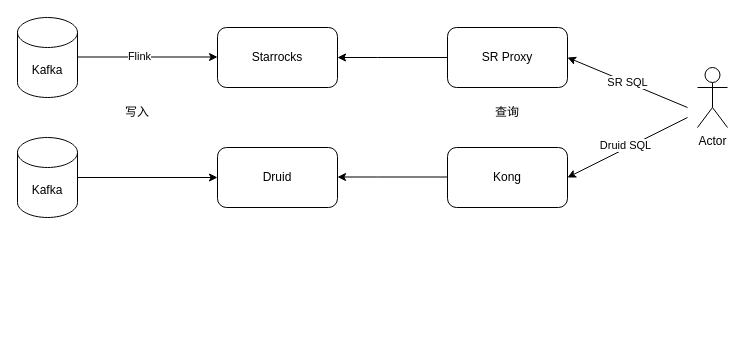
labud/pictures keeps this draw.io diagram as OLAP arch.drawio. Above is the earlier version. Source tidied: cells renumbered, new cells numbered last; positions are measured from the earlier drawing's top-left corner, leaving out a move shared by most shapes. Both pictures are drawn from the tidied source at 100%, with x=0, y=0 at pixel (17, 17).
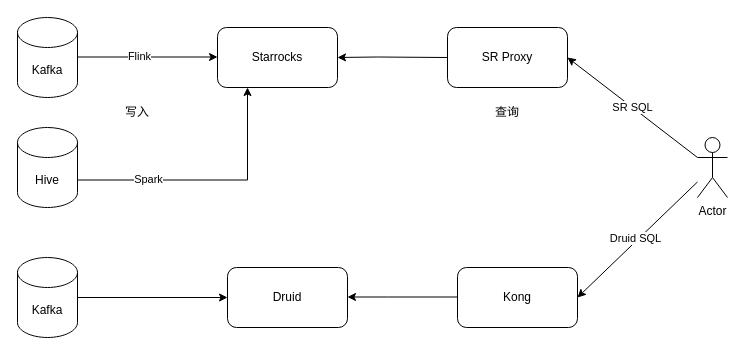
After the change.

The change refers to these unchanged cells:
```xml
<mxCell id="3" value="Starrocks" style="rounded=1;whiteSpace=wrap;html=1;" parent="1" vertex="1">
  <mxGeometry x="200" y="10" width="120" height="60" as="geometry" />
</mxCell>
<mxCell id="10" value="SR Proxy" style="rounded=1;whiteSpace=wrap;html=1;" parent="1" vertex="1">
  <mxGeometry x="430" y="10" width="120" height="60" as="geometry" />
</mxCell>
```

Diff of the diagram source:
```diff
@@
     <mxCell id="2" value="Druid" style="rounded=1;whiteSpace=wrap;html=1;" parent="1" vertex="1">
-      <mxGeometry x="200" y="130" width="120" height="60" as="geometry" />
+      <mxGeometry x="210" y="250" width="120" height="60" as="geometry" />
     </mxCell>
@@
     <mxCell id="5" value="Kafka" style="shape=cylinder3;whiteSpace=wrap;html=1;boundedLbl=1;backgroundOutline=1;size=15;" parent="1" vertex="1">
-      <mxGeometry y="120" width="60" height="80" as="geometry" />
+      <mxGeometry y="240" width="60" height="80" as="geometry" />
     </mxCell>
@@
     <mxCell id="9" value="Actor" style="shape=umlActor;verticalLabelPosition=bottom;verticalAlign=top;html=1;outlineConnect=0;" parent="1" vertex="1">
-      <mxGeometry x="680" y="50" width="30" height="60" as="geometry" />
+      <mxGeometry x="680" y="120" width="30" height="60" as="geometry" />
     </mxCell>
@@
     <mxCell id="11" value="Kong" style="rounded=1;whiteSpace=wrap;html=1;" parent="1" vertex="1">
-      <mxGeometry x="430" y="130" width="120" height="60" as="geometry" />
+      <mxGeometry x="440" y="250" width="120" height="60" as="geometry" />
     </mxCell>
-    <mxCell id="12" value="SR SQL" style="endArrow=classic;html=1;rounded=0;entryX=1;entryY=0.5;entryDx=0;entryDy=0;" parent="1" edge="1" target="10">
-      <mxGeometry relative="1" as="geometry">
-        <mxPoint x="670" y="90" as="sourcePoint" />
-      </mxGeometry>
+    <mxCell id="12" value="SR SQL" style="endArrow=classic;html=1;rounded=0;entryX=1;entryY=0.5;entryDx=0;entryDy=0;exitX=0;exitY=0.3333333333333333;exitDx=0;exitDy=0;exitPerimeter=0;" parent="1" edge="1" source="9" target="10">
+      <mxGeometry relative="1" as="geometry" />
     </mxCell>
-    <mxCell id="13" style="endArrow=classic;html=1;rounded=0;entryX=1;entryY=0.5;entryDx=0;entryDy=0;" parent="1" edge="1" target="11">
-      <mxGeometry relative="1" as="geometry">
-        <mxPoint x="670" y="100" as="sourcePoint" />
-      </mxGeometry>
+    <mxCell id="13" style="endArrow=classic;html=1;rounded=0;entryX=1;entryY=0.5;entryDx=0;entryDy=0;" parent="1" edge="1" source="9" target="11">
+      <mxGeometry relative="1" as="geometry" />
     </mxCell>
@@
-    <mxCell id="15" style="endArrow=classic;html=1;rounded=0;entryX=1;entryY=0.5;entryDx=0;entryDy=0;exitX=0;exitY=0.5;exitDx=0;exitDy=0;" parent="1" edge="1" source="10" target="3">
-      <mxGeometry relative="1" as="geometry">
-        <Array as="points">
-          <mxPoint x="360" y="40" />
-        </Array>
-      </mxGeometry>
-    </mxCell>
     <mxCell id="16" style="endArrow=classic;html=1;rounded=0;entryX=1;entryY=0.5;entryDx=0;entryDy=0;exitX=0;exitY=0.5;exitDx=0;exitDy=0;" parent="1" edge="1">
       <mxGeometry relative="1" as="geometry">
-        <mxPoint x="430" y="159.5" as="sourcePoint" />
-        <mxPoint x="320" y="159.5" as="targetPoint" />
+        <mxPoint x="440" y="279.5" as="sourcePoint" />
+        <mxPoint x="330" y="279.5" as="targetPoint" />
         <Array as="points">
-          <mxPoint x="360" y="159.5" />
+          <mxPoint x="370" y="279.5" />
         </Array>
       </mxGeometry>
     </mxCell>
@@
+    <mxCell id="15" style="endArrow=classic;html=1;rounded=0;entryX=1;entryY=0.5;entryDx=0;entryDy=0;exitX=0;exitY=0.5;exitDx=0;exitDy=0;" parent="1" edge="1" source="10" target="3">
+      <mxGeometry relative="1" as="geometry">
+        <Array as="points">
+          <mxPoint x="360" y="39.5" />
+        </Array>
+      </mxGeometry>
+    </mxCell>
+    <mxCell id="19" value="Hive" style="shape=cylinder3;whiteSpace=wrap;html=1;boundedLbl=1;backgroundOutline=1;size=15;" parent="1" vertex="1">
+      <mxGeometry y="110" width="60" height="80" as="geometry" />
+    </mxCell>
+    <mxCell id="20" style="edgeStyle=orthogonalEdgeStyle;rounded=0;jettySize=auto;html=1;exitX=1;exitY=0;exitDx=0;exitDy=52.5;exitPerimeter=0;entryX=0.25;entryY=1;entryDx=0;entryDy=0;" parent="1" edge="1" source="19" target="3">
+      <mxGeometry relative="1" as="geometry" />
+    </mxCell>
+    <mxCell id="21" value="Spark" style="edgeLabel;html=1;align=center;verticalAlign=middle;" parent="20" vertex="1">
+      <mxGeometry x="-0.13" y="2" relative="1" as="geometry">
+        <mxPoint x="-44" y="1" as="offset" />
+      </mxGeometry>
+    </mxCell>
```
